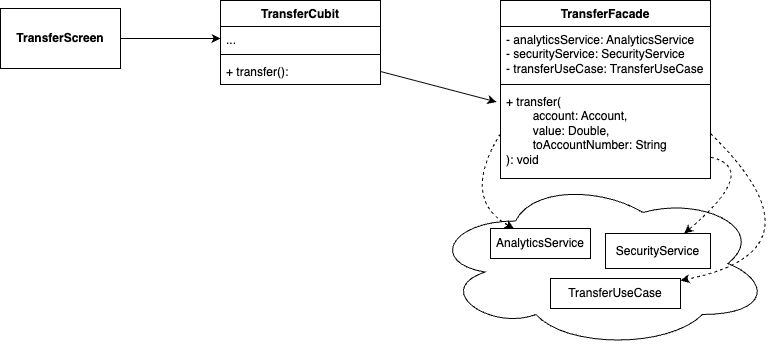
Earlier version of the draw.io export .readme_assets/facade.png (cristian2024/flutter_facade). Source tidied: cells renumbered, new cells last; positions are measured from the earlier drawing's top-left corner, leaving out a move shared by most shapes.
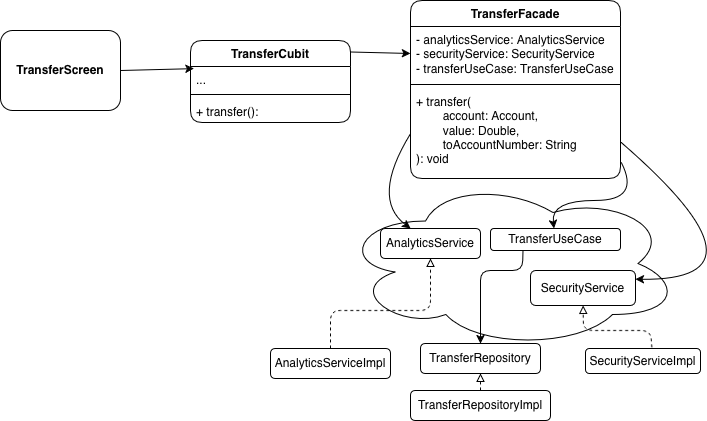
After the commit.

Commit message:
chore: ajustes de documentacion

The edit, as a diff of the source:
```diff
@@ -1,72 +1,112 @@
-<mxGraphModel>
+<mxGraphModel background="light-dark(#FFFFFF,#121212)">
   <root>
     <mxCell id="0" />
     <mxCell id="1" parent="0" />
-    <mxCell id="2" value="TransferFacade" style="swimlane;fontStyle=1;align=center;verticalAlign=top;horizontal=1;startSize=26;whiteSpace=wrap;html=1;" parent="1" vertex="1">
-      <mxGeometry x="500" width="210" height="178" as="geometry" />
+    <mxCell id="2" value="TransferFacade" style="swimlane;fontStyle=1;align=center;verticalAlign=top;horizontal=1;startSize=26;whiteSpace=wrap;html=1;rounded=1;labelBackgroundColor=none;" parent="1" vertex="1">
+      <mxGeometry x="410" width="210" height="178" as="geometry" />
     </mxCell>
-    <mxCell id="3" value="- analyticsService: AnalyticsService&lt;div&gt;- securityService: SecurityService&lt;/div&gt;&lt;div&gt;- transferUseCase: TransferUseCase&lt;/div&gt;" style="text;strokeColor=none;fillColor=none;align=left;verticalAlign=top;spacingLeft=4;spacingRight=4;overflow=hidden;points=[[0,0.5],[1,0.5]];portConstraint=eastwest;whiteSpace=wrap;html=1;" parent="2" vertex="1">
+    <mxCell id="3" value="- analyticsService: AnalyticsService&lt;div&gt;- securityService: SecurityService&lt;/div&gt;&lt;div&gt;- transferUseCase: TransferUseCase&lt;/div&gt;" style="text;strokeColor=none;fillColor=none;align=left;verticalAlign=top;spacingLeft=4;spacingRight=4;overflow=hidden;points=[[0,0.5],[1,0.5]];portConstraint=eastwest;whiteSpace=wrap;html=1;rounded=1;labelBackgroundColor=none;" parent="2" vertex="1">
       <mxGeometry y="26" width="210" height="54" as="geometry" />
     </mxCell>
-    <mxCell id="4" style="line;strokeWidth=1;fillColor=none;align=left;verticalAlign=middle;spacingTop=-1;spacingLeft=3;spacingRight=3;labelPosition=right;strokeColor=inherit;" parent="2" vertex="1">
+    <mxCell id="4" style="line;strokeWidth=1;fillColor=none;align=left;verticalAlign=middle;spacingTop=-1;spacingLeft=3;spacingRight=3;labelPosition=right;rounded=1;labelBackgroundColor=none;" parent="2" vertex="1">
       <mxGeometry y="80" width="210" height="8" as="geometry" />
     </mxCell>
-    <mxCell id="5" value="+ transfer(&lt;div&gt;&lt;span style=&quot;white-space: pre;&quot;&gt;&#9;&lt;/span&gt;account: Account,&amp;nbsp;&lt;/div&gt;&lt;div&gt;&lt;span style=&quot;white-space: pre;&quot;&gt;&#9;&lt;/span&gt;value: Double,&amp;nbsp;&lt;/div&gt;&lt;div&gt;&lt;span style=&quot;white-space: pre;&quot;&gt;&#9;&lt;/span&gt;toAccountNumber: String&lt;/div&gt;&lt;div&gt;): void&lt;/div&gt;" style="text;strokeColor=none;fillColor=none;align=left;verticalAlign=top;spacingLeft=4;spacingRight=4;overflow=hidden;points=[[0,0.5],[1,0.5]];portConstraint=eastwest;whiteSpace=wrap;html=1;" parent="2" vertex="1">
+    <mxCell id="5" value="+ transfer(&lt;div&gt;&lt;span style=&quot;white-space: pre;&quot;&gt;&#9;&lt;/span&gt;account: Account,&amp;nbsp;&lt;/div&gt;&lt;div&gt;&lt;span style=&quot;white-space: pre;&quot;&gt;&#9;&lt;/span&gt;value: Double,&amp;nbsp;&lt;/div&gt;&lt;div&gt;&lt;span style=&quot;white-space: pre;&quot;&gt;&#9;&lt;/span&gt;toAccountNumber: String&lt;/div&gt;&lt;div&gt;): void&lt;/div&gt;" style="text;strokeColor=none;fillColor=none;align=left;verticalAlign=top;spacingLeft=4;spacingRight=4;overflow=hidden;points=[[0,0.5],[1,0.5]];portConstraint=eastwest;whiteSpace=wrap;html=1;rounded=1;labelBackgroundColor=none;" parent="2" vertex="1">
       <mxGeometry y="88" width="210" height="90" as="geometry" />
     </mxCell>
-    <mxCell id="6" style="ellipse;shape=cloud;whiteSpace=wrap;html=1;" parent="1" vertex="1">
-      <mxGeometry x="430" y="178" width="340" height="170" as="geometry" />
+    <mxCell id="6" style="ellipse;shape=cloud;whiteSpace=wrap;html=1;rounded=1;labelBackgroundColor=none;" parent="1" vertex="1">
+      <mxGeometry x="340" y="178" width="340" height="170" as="geometry" />
     </mxCell>
-    <mxCell id="7" value="AnalyticsService" style="rounded=0;whiteSpace=wrap;html=1;" parent="1" vertex="1">
-      <mxGeometry x="490" y="228" width="100" height="30" as="geometry" />
+    <mxCell id="7" value="AnalyticsService" style="rounded=1;whiteSpace=wrap;html=1;labelBackgroundColor=none;" parent="1" vertex="1">
+      <mxGeometry x="380" y="228" width="100" height="30" as="geometry" />
     </mxCell>
-    <mxCell id="8" value="SecurityService" style="rounded=0;whiteSpace=wrap;html=1;" parent="1" vertex="1">
-      <mxGeometry x="605" y="233" width="105" height="35" as="geometry" />
+    <mxCell id="8" value="SecurityService" style="rounded=1;whiteSpace=wrap;html=1;labelBackgroundColor=none;" parent="1" vertex="1">
+      <mxGeometry x="530" y="270" width="105" height="35" as="geometry" />
     </mxCell>
+    <mxCell id="20" style="edgeStyle=none;html=1;entryX=0.5;entryY=0;entryDx=0;entryDy=0;exitX=0.25;exitY=1;exitDx=0;exitDy=0;labelBackgroundColor=none;fontColor=default;" parent="1" edge="1" source="9" target="25">
+      <mxGeometry relative="1" as="geometry">
+        <Array as="points">
+          <mxPoint x="522" y="270" />
+          <mxPoint x="480" y="270" />
+        </Array>
+      </mxGeometry>
+    </mxCell>
-    <mxCell id="9" value="TransferUseCase" style="rounded=0;whiteSpace=wrap;html=1;" parent="1" vertex="1">
-      <mxGeometry x="550" y="278" width="130" height="30" as="geometry" />
+    <mxCell id="9" value="TransferUseCase" style="rounded=1;whiteSpace=wrap;html=1;labelBackgroundColor=none;" parent="1" vertex="1">
+      <mxGeometry x="490" y="228" width="130" height="22" as="geometry" />
     </mxCell>
-    <mxCell id="10" style="edgeStyle=none;html=1;entryX=0.75;entryY=0;entryDx=0;entryDy=0;rounded=0;curved=1;dashed=1;" parent="1" edge="1" source="5" target="8">
+    <mxCell id="10" style="edgeStyle=none;html=1;entryX=1;entryY=0.25;entryDx=0;entryDy=0;rounded=1;curved=1;exitX=1.004;exitY=0.6;exitDx=0;exitDy=0;exitPerimeter=0;labelBackgroundColor=none;fontColor=default;" parent="1" edge="1" source="5" target="8">
       <mxGeometry relative="1" as="geometry">
         <Array as="points">
-          <mxPoint x="760" y="168" />
+          <mxPoint x="780" y="280" />
         </Array>
       </mxGeometry>
     </mxCell>
-    <mxCell id="11" style="edgeStyle=none;html=1;exitX=0;exitY=0.5;exitDx=0;exitDy=0;rounded=0;curved=1;dashed=1;" parent="1" edge="1" source="5" target="7">
+    <mxCell id="11" style="edgeStyle=none;html=1;exitX=0;exitY=0.5;exitDx=0;exitDy=0;rounded=1;curved=1;labelBackgroundColor=none;fontColor=default;" parent="1" edge="1" source="5" target="7">
       <mxGeometry relative="1" as="geometry">
         <Array as="points">
-          <mxPoint x="460" y="198" />
+          <mxPoint x="370" y="198" />
         </Array>
       </mxGeometry>
     </mxCell>
-    <mxCell id="12" style="edgeStyle=none;html=1;exitX=1;exitY=0.5;exitDx=0;exitDy=0;rounded=0;curved=1;dashed=1;" parent="1" edge="1" source="5" target="9">
+    <mxCell id="12" style="edgeStyle=none;html=1;exitX=1.004;exitY=0.826;exitDx=0;exitDy=0;rounded=1;curved=1;exitPerimeter=0;labelBackgroundColor=none;fontColor=default;" parent="1" edge="1" source="5" target="9">
       <mxGeometry relative="1" as="geometry">
         <Array as="points">
-          <mxPoint x="830" y="250" />
+          <mxPoint x="640" y="200" />
+          <mxPoint x="550" y="200" />
         </Array>
       </mxGeometry>
     </mxCell>
-    <mxCell id="13" value="TransferCubit" style="swimlane;fontStyle=1;align=center;verticalAlign=top;horizontal=1;startSize=26;whiteSpace=wrap;html=1;" parent="1" vertex="1">
-      <mxGeometry x="220" width="160" height="84" as="geometry" />
+    <mxCell id="13" value="TransferCubit" style="swimlane;fontStyle=1;align=center;verticalAlign=top;horizontal=1;startSize=26;whiteSpace=wrap;html=1;rounded=1;labelBackgroundColor=none;" parent="1" vertex="1">
+      <mxGeometry x="190" y="40" width="160" height="82" as="geometry" />
     </mxCell>
-    <mxCell id="14" value="..." style="text;strokeColor=none;fillColor=none;align=left;verticalAlign=top;spacingLeft=4;spacingRight=4;overflow=hidden;points=[[0,0.5],[1,0.5]];portConstraint=eastwest;whiteSpace=wrap;html=1;" parent="13" vertex="1">
+    <mxCell id="14" value="..." style="text;strokeColor=none;fillColor=none;align=left;verticalAlign=top;spacingLeft=4;spacingRight=4;overflow=hidden;points=[[0,0.5],[1,0.5]];portConstraint=eastwest;whiteSpace=wrap;html=1;rounded=1;labelBackgroundColor=none;" parent="13" vertex="1">
       <mxGeometry y="26" width="160" height="24" as="geometry" />
     </mxCell>
-    <mxCell id="15" style="line;strokeWidth=1;fillColor=none;align=left;verticalAlign=middle;spacingTop=-1;spacingLeft=3;spacingRight=3;labelPosition=right;strokeColor=inherit;" parent="13" vertex="1">
+    <mxCell id="15" style="line;strokeWidth=1;fillColor=none;align=left;verticalAlign=middle;spacingTop=-1;spacingLeft=3;spacingRight=3;labelPosition=right;rounded=1;labelBackgroundColor=none;" parent="13" vertex="1">
       <mxGeometry y="50" width="160" height="8" as="geometry" />
     </mxCell>
-    <mxCell id="16" value="+ transfer():" style="text;strokeColor=none;fillColor=none;align=left;verticalAlign=top;spacingLeft=4;spacingRight=4;overflow=hidden;points=[[0,0.5],[1,0.5]];portConstraint=eastwest;whiteSpace=wrap;html=1;" parent="13" vertex="1">
-      <mxGeometry y="58" width="160" height="26" as="geometry" />
+    <mxCell id="16" value="+ transfer():" style="text;strokeColor=none;fillColor=none;align=left;verticalAlign=top;spacingLeft=4;spacingRight=4;overflow=hidden;points=[[0,0.5],[1,0.5]];portConstraint=eastwest;whiteSpace=wrap;html=1;rounded=1;labelBackgroundColor=none;" parent="13" vertex="1">
+      <mxGeometry y="58" width="160" height="24" as="geometry" />
     </mxCell>
-    <mxCell id="17" style="edgeStyle=none;html=1;exitX=1;exitY=0.5;exitDx=0;exitDy=0;entryX=-0.019;entryY=0.149;entryDx=0;entryDy=0;entryPerimeter=0;" parent="1" edge="1" source="16" target="5">
+    <mxCell id="17" style="edgeStyle=none;html=1;exitX=0.997;exitY=0.14;exitDx=0;exitDy=0;entryX=0;entryY=0.5;entryDx=0;entryDy=0;exitPerimeter=0;labelBackgroundColor=none;fontColor=default;" parent="1" edge="1" source="13" target="3">
       <mxGeometry relative="1" as="geometry" />
     </mxCell>
-    <mxCell id="18" style="edgeStyle=none;html=1;exitX=1;exitY=0.5;exitDx=0;exitDy=0;entryX=0;entryY=0.5;entryDx=0;entryDy=0;" parent="1" edge="1" source="19" target="14">
+    <mxCell id="18" style="edgeStyle=none;html=1;exitX=1;exitY=0.5;exitDx=0;exitDy=0;entryX=0.021;entryY=0.089;entryDx=0;entryDy=0;entryPerimeter=0;labelBackgroundColor=none;fontColor=default;" parent="1" edge="1" source="19" target="14">
       <mxGeometry relative="1" as="geometry" />
     </mxCell>
-    <mxCell id="19" value="&lt;b&gt;TransferScreen&lt;/b&gt;" style="rounded=0;whiteSpace=wrap;html=1;" parent="1" vertex="1">
-      <mxGeometry y="8" width="120" height="60" as="geometry" />
+    <mxCell id="19" value="&lt;b&gt;TransferScreen&lt;/b&gt;" style="rounded=1;whiteSpace=wrap;html=1;labelBackgroundColor=none;" parent="1" vertex="1">
+      <mxGeometry y="30" width="120" height="80" as="geometry" />
     </mxCell>
+    <mxCell id="21" style="edgeStyle=none;html=1;entryX=0.5;entryY=1;entryDx=0;entryDy=0;endArrow=block;endFill=0;dashed=1;labelBackgroundColor=none;fontColor=default;" parent="1" edge="1" source="22" target="7">
+      <mxGeometry relative="1" as="geometry">
+        <Array as="points">
+          <mxPoint x="330" y="310" />
+          <mxPoint x="430" y="310" />
+        </Array>
+      </mxGeometry>
+    </mxCell>
+    <mxCell id="22" value="AnalyticsServiceImpl" style="rounded=1;whiteSpace=wrap;html=1;labelBackgroundColor=none;" parent="1" vertex="1">
+      <mxGeometry x="270" y="348" width="120" height="30" as="geometry" />
+    </mxCell>
+    <mxCell id="23" style="edgeStyle=none;html=1;entryX=0.5;entryY=1;entryDx=0;entryDy=0;exitX=0.577;exitY=-0.045;exitDx=0;exitDy=0;exitPerimeter=0;endArrow=block;endFill=0;dashed=1;labelBackgroundColor=none;fontColor=default;" parent="1" edge="1" source="24" target="8">
+      <mxGeometry relative="1" as="geometry">
+        <Array as="points">
+          <mxPoint x="650" y="330" />
+          <mxPoint x="583" y="330" />
+        </Array>
+      </mxGeometry>
+    </mxCell>
+    <mxCell id="24" value="SecurityServiceImpl" style="rounded=1;whiteSpace=wrap;html=1;labelBackgroundColor=none;" parent="1" vertex="1">
+      <mxGeometry x="585" y="348" width="115" height="25" as="geometry" />
+    </mxCell>
+    <mxCell id="25" value="TransferRepository" style="rounded=1;whiteSpace=wrap;html=1;labelBackgroundColor=none;" parent="1" vertex="1">
+      <mxGeometry x="420" y="343" width="120" height="30" as="geometry" />
+    </mxCell>
+    <mxCell id="26" style="edgeStyle=none;html=1;entryX=0.5;entryY=1;entryDx=0;entryDy=0;dashed=1;endArrow=block;endFill=0;labelBackgroundColor=none;fontColor=default;" parent="1" edge="1" source="27" target="25">
+      <mxGeometry relative="1" as="geometry" />
+    </mxCell>
+    <mxCell id="27" value="TransferRepositoryImpl" style="rounded=1;whiteSpace=wrap;html=1;labelBackgroundColor=none;" parent="1" vertex="1">
+      <mxGeometry x="410" y="390" width="140" height="30" as="geometry" />
+    </mxCell>
   </root>
 </mxGraphModel>
```
